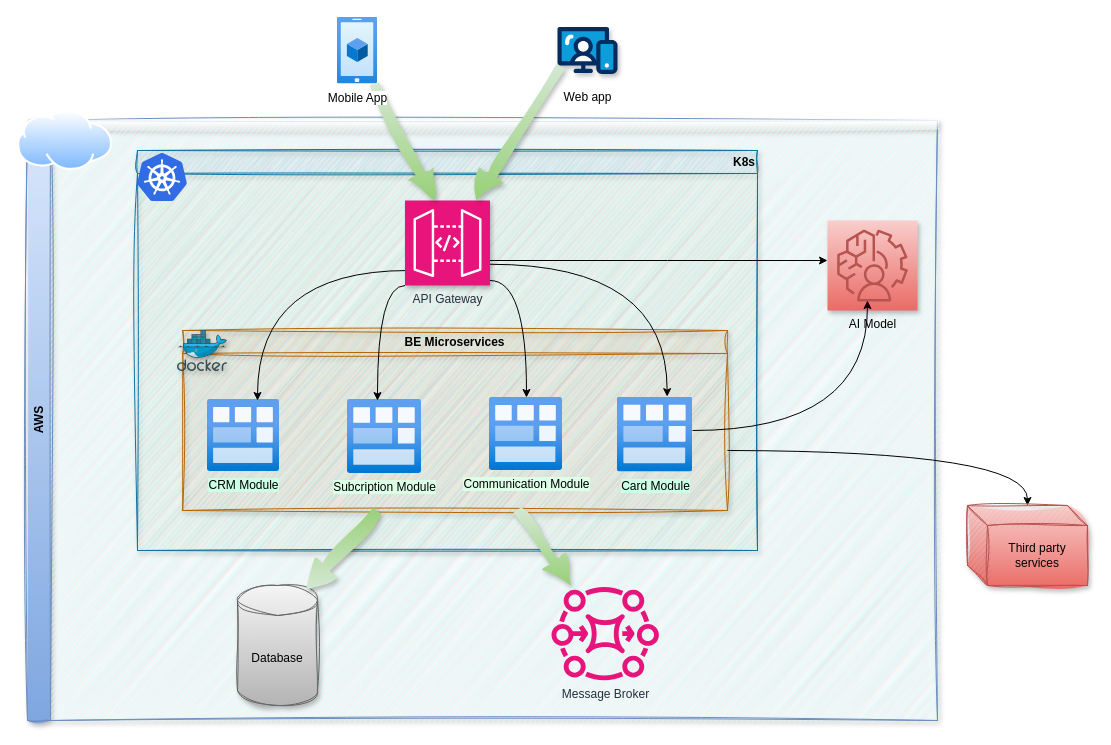
Before: Untitled Diagram.drawio in 101coffee/solution-design, a draw.io diagram. Source tidied: cells renumbered, new cells numbered last; positions are measured from the earlier drawing's top-left corner, leaving out a move shared by most shapes. Both pictures are drawn from the tidied source at 100%, with x=0, y=0 at pixel (17, 16).
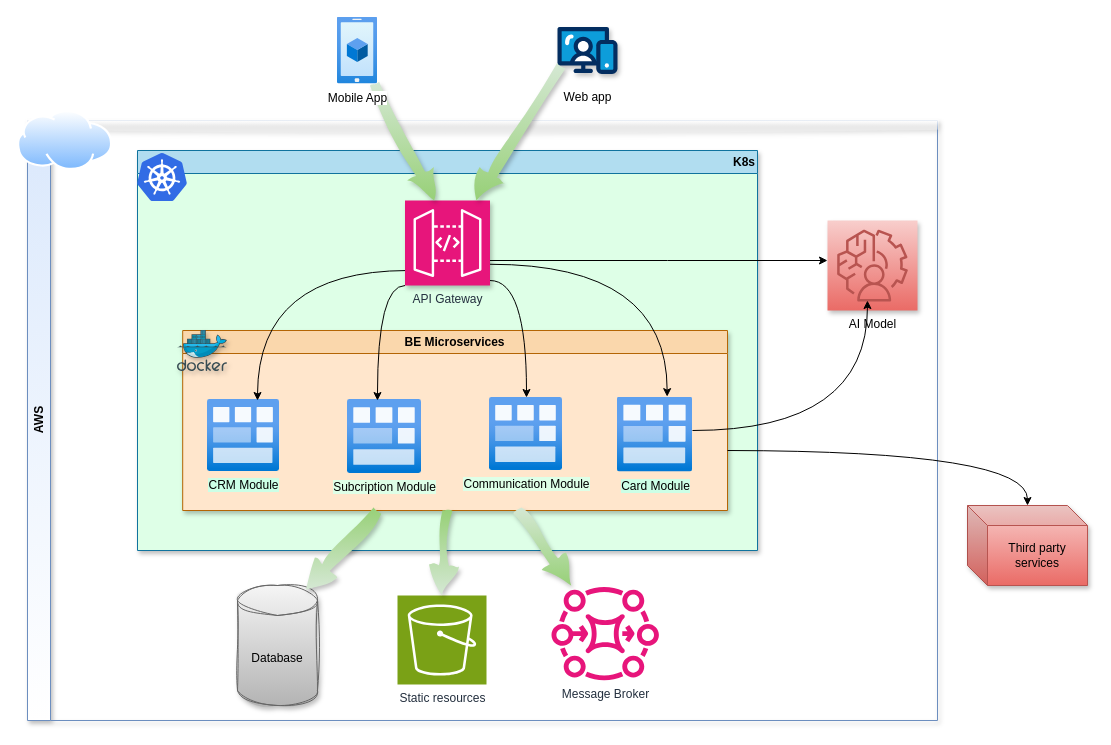
Above is the later version.

The edit, as a diff of the source:
```diff
@@
-    <mxCell id="2" value="AWS" style="swimlane;horizontal=0;whiteSpace=wrap;html=1;fillColor=#dae8fc;gradientColor=#7ea6e0;strokeColor=#6c8ebf;swimlaneFillColor=#CCFFFF;sketch=1;curveFitting=1;jiggle=2;glass=1;rounded=0;shadow=1;" parent="1" vertex="1">
+    <mxCell id="2" value="AWS" style="swimlane;horizontal=0;whiteSpace=wrap;html=1;fillColor=#dae8fc;gradientColor=#FFFFFF;strokeColor=#6c8ebf;swimlaneFillColor=none;glass=1;rounded=0;shadow=1;" parent="1" vertex="1">
       <mxGeometry x="10" y="104" width="910" height="600" as="geometry" />
     </mxCell>
@@
-    <mxCell id="5" value="K8s" style="swimlane;whiteSpace=wrap;html=1;align=right;fillColor=#b1ddf0;strokeColor=#10739e;swimlaneFillColor=#DEFFE7;sketch=1;curveFitting=1;jiggle=2;shadow=1;" parent="2" vertex="1">
+    <mxCell id="5" value="K8s" style="swimlane;whiteSpace=wrap;html=1;align=right;fillColor=#b1ddf0;strokeColor=#10739e;swimlaneFillColor=#DEFFE7;shadow=1;" parent="2" vertex="1">
       <mxGeometry x="110" y="30" width="620" height="400" as="geometry" />
     </mxCell>
-    <mxCell id="6" value="BE Microservices" style="swimlane;whiteSpace=wrap;html=1;fillColor=#fad7ac;strokeColor=#b46504;swimlaneFillColor=#FFE6CC;sketch=1;curveFitting=1;jiggle=2;shadow=1;" parent="5" vertex="1">
+    <mxCell id="6" value="BE Microservices" style="swimlane;whiteSpace=wrap;html=1;fillColor=#fad7ac;strokeColor=#b46504;swimlaneFillColor=#FFE6CC;shadow=1;" parent="5" vertex="1">
       <mxGeometry x="45.2" y="180" width="544.8" height="180" as="geometry" />
     </mxCell>
@@
+    <mxCell id="31" value="Static resources" style="sketch=0;points=[[0,0,0],[0.25,0,0],[0.5,0,0],[0.75,0,0],[1,0,0],[0,1,0],[0.25,1,0],[0.5,1,0],[0.75,1,0],[1,1,0],[0,0.25,0],[0,0.5,0],[0,0.75,0],[1,0.25,0],[1,0.5,0],[1,0.75,0]];outlineConnect=0;fontColor=#232F3E;fillColor=#7AA116;strokeColor=#ffffff;dashed=0;verticalLabelPosition=bottom;verticalAlign=top;align=center;html=1;fontSize=12;fontStyle=0;shape=mxgraph.aws4.resourceIcon;resIcon=mxgraph.aws4.s3;" parent="2" vertex="1">
+      <mxGeometry x="370" y="475" width="89" height="89" as="geometry" />
+    </mxCell>
@@
-    <mxCell id="30" value="Third party services" style="shape=cube;whiteSpace=wrap;html=1;boundedLbl=1;backgroundOutline=1;darkOpacity=0.05;darkOpacity2=0.1;fillColor=#f8cecc;gradientColor=#ea6b66;strokeColor=#b85450;shadow=1;sketch=1;curveFitting=1;jiggle=2;" parent="1" vertex="1">
+    <mxCell id="30" value="Third party services" style="shape=cube;whiteSpace=wrap;html=1;boundedLbl=1;backgroundOutline=1;darkOpacity=0.05;darkOpacity2=0.1;fillColor=#f8cecc;gradientColor=#ea6b66;strokeColor=#b85450;shadow=1;" parent="1" vertex="1">
       <mxGeometry x="950" y="489" width="120" height="80" as="geometry" />
     </mxCell>
+    <mxCell id="32" style="shape=arrow;endArrow=classic;html=1;rounded=0;fillColor=#d5e8d4;gradientColor=#97d077;strokeColor=none;gradientDirection=north;flowAnimation=0;shadow=1;sketch=1;curveFitting=1;jiggle=2;entryX=0.5;entryY=0;entryDx=0;entryDy=0;entryPerimeter=0;" parent="1" edge="1" target="31">
+      <mxGeometry relative="1" as="geometry">
+        <mxPoint x="430" y="494" as="sourcePoint" />
+        <Array as="points">
+          <mxPoint x="350" y="634" />
+        </Array>
+      </mxGeometry>
+    </mxCell>
```
